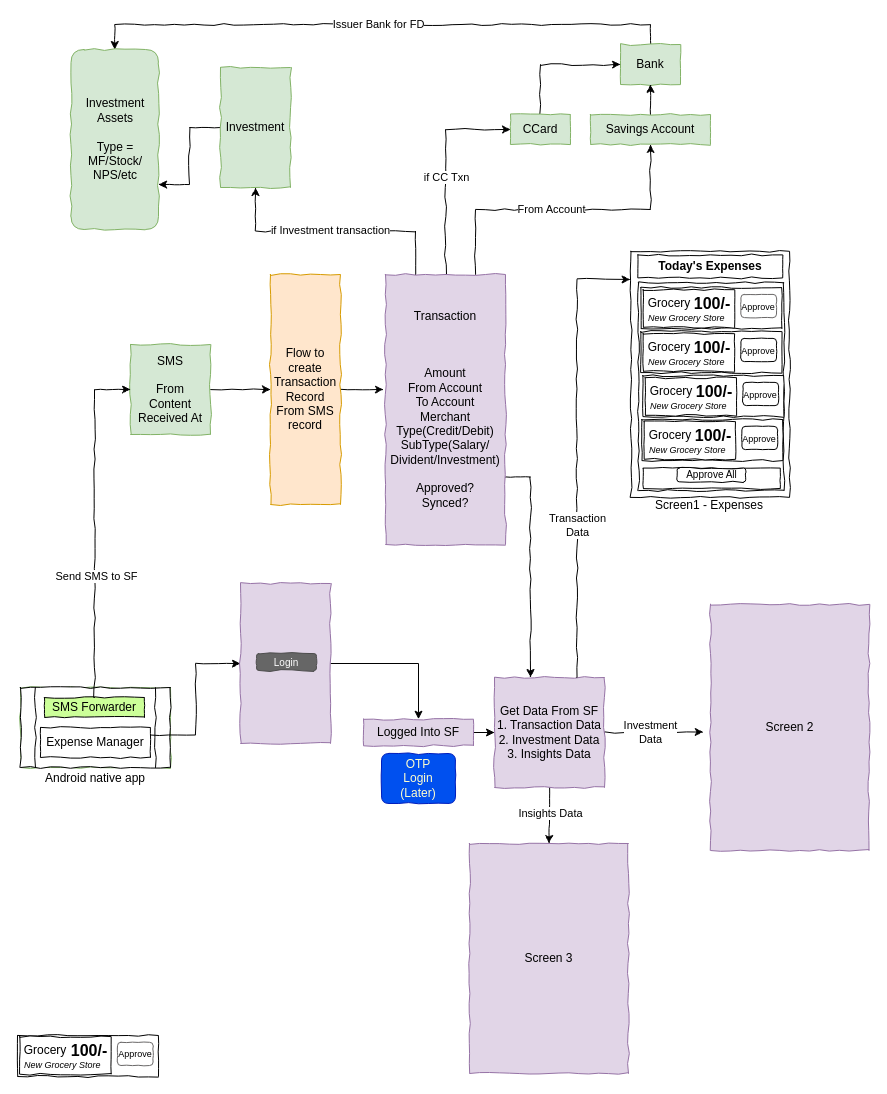
aritram1/salesforce-finplan-managed keeps this draw.io diagram as FinPlan Arch V2.0.drawio. Above is the earlier version. Source tidied: cells renumbered, new cells numbered last; positions are measured from the earlier drawing's top-left corner, leaving out a move shared by most shapes. Both pictures are drawn from the tidied source at 100%, with x=0, y=0 at pixel (17, 44).
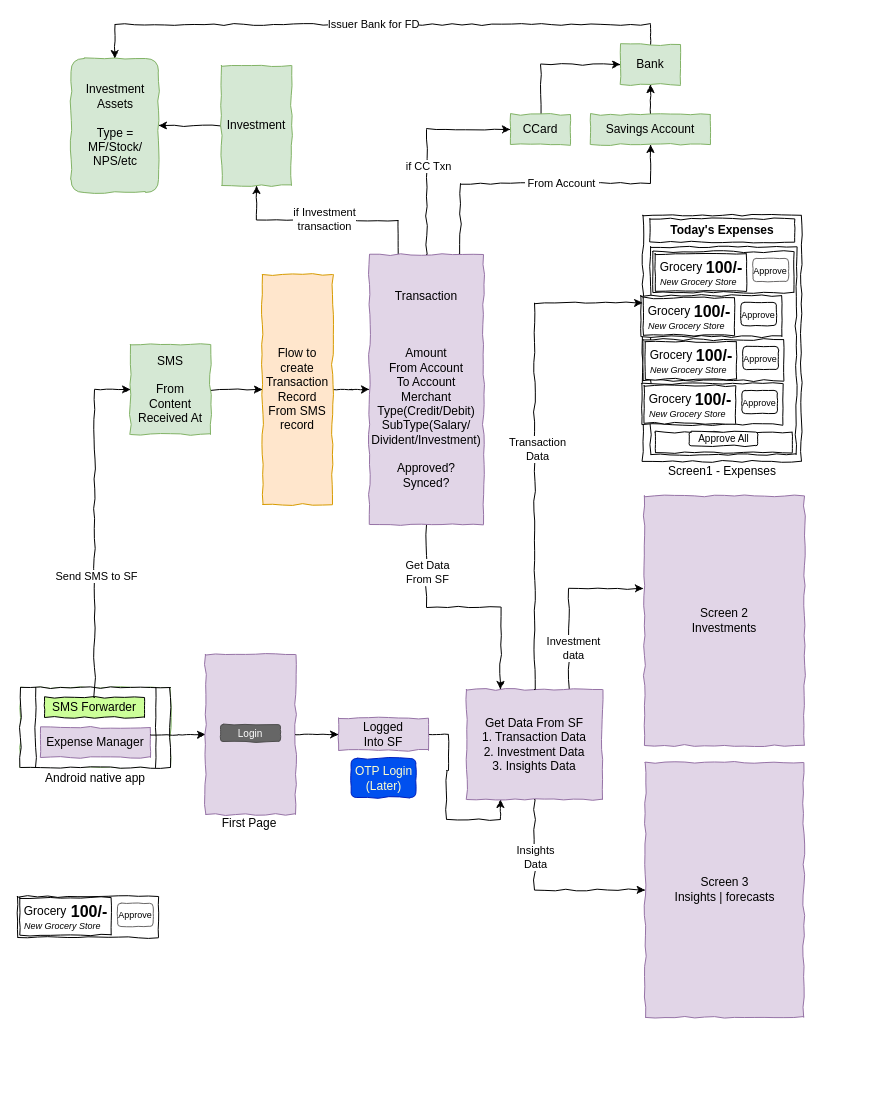
Above is the later version.

Unchanged cells that the change refers to:
```xml
<mxCell id="4" style="edgeStyle=orthogonalEdgeStyle;rounded=0;jettySize=auto;html=1;exitX=0.5;exitY=0;exitDx=0;exitDy=0;entryX=0;entryY=0.5;entryDx=0;entryDy=0;comic=1;" parent="1" edge="1" source="9" target="22">
  <mxGeometry relative="1" as="geometry" />
</mxCell>
<mxCell id="6" style="edgeStyle=orthogonalEdgeStyle;rounded=0;jettySize=auto;html=1;exitX=0.25;exitY=0;exitDx=0;exitDy=0;comic=1;" parent="1" edge="1" source="9" target="20">
  <mxGeometry relative="1" as="geometry" />
</mxCell>
<mxCell id="18" value="Savings Account" style="rounded=0;whiteSpace=wrap;html=1;comic=1;fillColor=#d5e8d4;strokeColor=#82b366;" parent="1" vertex="1">
  <mxGeometry x="573" y="70" width="120" height="30" as="geometry" />
</mxCell>
<mxCell id="23" style="group;comic=1;fillColor=#d5e8d4;strokeColor=#82b366;" parent="1" vertex="1">
  <mxGeometry x="3" y="643" width="150" height="80" as="geometry" />
</mxCell>
<mxCell id="41" style="rounded=0;whiteSpace=wrap;html=1;comic=1;" parent="40" vertex="1">
  <mxGeometry x="1.5" y="6.8" width="158.5" height="246.1" as="geometry" />
</mxCell>
```

What changed in the source:
```diff
@@
-    <mxCell id="2" style="edgeStyle=orthogonalEdgeStyle;rounded=0;jettySize=auto;html=1;exitX=0.75;exitY=0;exitDx=0;exitDy=0;entryX=0.5;entryY=1;entryDx=0;entryDy=0;comic=1;" parent="1" edge="1" source="9" target="18">
-      <mxGeometry relative="1" as="geometry" />
+    <mxCell id="2" style="edgeStyle=orthogonalEdgeStyle;rounded=0;jettySize=auto;html=1;entryX=0.5;entryY=1;entryDx=0;entryDy=0;comic=1;exitX=0.75;exitY=0;exitDx=0;exitDy=0;" parent="1" edge="1" source="9" target="18">
+      <mxGeometry relative="1" as="geometry">
+        <Array as="points">
+          <mxPoint x="443" y="210" />
+          <mxPoint x="443" y="139" />
+          <mxPoint x="633" y="139" />
+        </Array>
+      </mxGeometry>
     </mxCell>
-    <mxCell id="3" value="From Account" style="edgeLabel;html=1;align=center;verticalAlign=middle;comic=1;" parent="2" vertex="1">
+    <mxCell id="3" value="&amp;nbsp;From Account&amp;nbsp;" style="edgeLabel;html=1;align=center;verticalAlign=middle;comic=1;" parent="2" vertex="1">
       <mxGeometry x="-0.08" y="-2" relative="1" as="geometry">
-        <mxPoint y="-3" as="offset" />
+        <mxPoint x="36" y="-3" as="offset" />
       </mxGeometry>
     </mxCell>
@@
     <mxCell id="5" value="if CC Txn" style="edgeLabel;html=1;align=center;verticalAlign=middle;comic=1;" parent="4" vertex="1">
       <mxGeometry x="-0.06" relative="1" as="geometry">
-        <mxPoint y="1" as="offset" />
+        <mxPoint x="1" y="9" as="offset" />
       </mxGeometry>
     </mxCell>
@@
-    <mxCell id="7" value="if Investment transaction" style="edgeLabel;html=1;align=center;verticalAlign=middle;comic=1;" parent="6" vertex="1">
+    <mxCell id="7" value="if Investment &lt;br&gt;transaction" style="edgeLabel;html=1;align=center;verticalAlign=middle;comic=1;" parent="6" vertex="1">
       <mxGeometry x="0.09" y="2" relative="1" as="geometry">
         <mxPoint x="6" y="-3" as="offset" />
       </mxGeometry>
     </mxCell>
-    <mxCell id="8" style="edgeStyle=orthogonalEdgeStyle;rounded=0;jettySize=auto;html=1;exitX=1;exitY=0.75;exitDx=0;exitDy=0;comic=1;" parent="1" edge="1" source="9" target="34">
-      <mxGeometry relative="1" as="geometry">
-        <Array as="points">
-          <mxPoint x="513" y="433" />
-        </Array>
-      </mxGeometry>
+    <mxCell id="8" style="edgeStyle=orthogonalEdgeStyle;rounded=0;jettySize=auto;html=1;exitX=0.5;exitY=1;exitDx=0;exitDy=0;entryX=0.25;entryY=0;entryDx=0;entryDy=0;comic=1;" parent="1" edge="1" source="9" target="34">
+      <mxGeometry relative="1" as="geometry" />
     </mxCell>
+    <mxCell id="93" value="Get Data &lt;br&gt;From SF" style="edgeLabel;html=1;align=center;verticalAlign=middle;comic=1;" parent="8" vertex="1">
+      <mxGeometry x="-0.36" relative="1" as="geometry">
+        <mxPoint y="-29" as="offset" />
+      </mxGeometry>
+    </mxCell>
     <mxCell id="9" value="Transaction&lt;br&gt;&lt;br&gt;&lt;br&gt;&lt;br&gt;Amount&lt;br&gt;From Account&lt;br style=&quot;border-color: var(--border-color);&quot;&gt;To Account&lt;br&gt;Merchant&lt;br style=&quot;border-color: var(--border-color);&quot;&gt;Type(Credit/Debit)&lt;br&gt;SubType(Salary/&lt;br style=&quot;border-color: var(--border-color);&quot;&gt;Divident/Investment)&lt;br&gt;&lt;br&gt;Approved?&lt;br&gt;Synced?" style="rounded=0;whiteSpace=wrap;html=1;comic=1;fillColor=#e1d5e7;strokeColor=#9673a6;" parent="1" vertex="1">
-      <mxGeometry x="368" y="230" width="120" height="270" as="geometry" />
+      <mxGeometry x="352" y="210" width="114" height="270" as="geometry" />
     </mxCell>
-    <mxCell id="10" style="edgeStyle=orthogonalEdgeStyle;rounded=0;jettySize=auto;html=1;exitX=1;exitY=0.5;exitDx=0;exitDy=0;entryX=-0.017;entryY=0.426;entryDx=0;entryDy=0;entryPerimeter=0;comic=1;" parent="1" edge="1" source="11" target="9">
+    <mxCell id="10" style="edgeStyle=orthogonalEdgeStyle;rounded=0;jettySize=auto;html=1;exitX=1;exitY=0.5;exitDx=0;exitDy=0;comic=1;" parent="1" edge="1" source="11" target="9">
       <mxGeometry relative="1" as="geometry" />
     </mxCell>
     <mxCell id="11" value="Flow to create Transaction Record From SMS record" style="rounded=0;whiteSpace=wrap;html=1;comic=1;fillColor=#ffe6cc;strokeColor=#d79b00;" parent="1" vertex="1">
-      <mxGeometry x="253" y="230" width="70" height="230" as="geometry" />
+      <mxGeometry x="245" y="230" width="70" height="230" as="geometry" />
     </mxCell>
@@
-    <mxCell id="19" style="edgeStyle=orthogonalEdgeStyle;rounded=0;jettySize=auto;html=1;exitX=0;exitY=0.5;exitDx=0;exitDy=0;entryX=1;entryY=0.75;entryDx=0;entryDy=0;comic=1;" parent="1" edge="1" source="20" target="37">
+    <mxCell id="19" style="edgeStyle=orthogonalEdgeStyle;rounded=0;jettySize=auto;html=1;exitX=0;exitY=0.5;exitDx=0;exitDy=0;entryX=1;entryY=0.5;entryDx=0;entryDy=0;comic=1;" parent="1" edge="1" source="20" target="37">
       <mxGeometry relative="1" as="geometry" />
     </mxCell>
     <mxCell id="20" value="Investment" style="rounded=0;whiteSpace=wrap;html=1;comic=1;fillColor=#d5e8d4;strokeColor=#82b366;" parent="1" vertex="1">
-      <mxGeometry x="203" y="23" width="70" height="120" as="geometry" />
+      <mxGeometry x="204" y="21" width="70" height="120" as="geometry" />
     </mxCell>
@@
-    <mxCell id="25" value="Expense Manager" style="rounded=0;whiteSpace=wrap;html=1;comic=1;" parent="23" vertex="1">
+    <mxCell id="25" value="Expense Manager" style="rounded=0;whiteSpace=wrap;html=1;comic=1;fillColor=#e1d5e7;strokeColor=#9673a6;" parent="23" vertex="1">
       <mxGeometry x="20" y="40" width="110" height="30" as="geometry" />
     </mxCell>
@@
-    <mxCell id="27" value="OTP&lt;br&gt;Login&lt;br&gt;(Later)" style="rounded=1;whiteSpace=wrap;html=1;fillColor=#0050ef;strokeColor=#001DBC;fontColor=#FFFFCC;comic=1;" parent="1" vertex="1">
-      <mxGeometry x="364" y="709" width="74" height="50" as="geometry" />
+    <mxCell id="27" value="OTP Login (Later)" style="rounded=1;whiteSpace=wrap;html=1;fillColor=#0050ef;strokeColor=#001DBC;fontColor=#FFFFCC;comic=1;" parent="1" vertex="1">
+      <mxGeometry x="333.5" y="714" width="65" height="39" as="geometry" />
     </mxCell>
-    <mxCell id="28" style="edgeStyle=orthogonalEdgeStyle;rounded=0;jettySize=auto;html=1;" parent="1" edge="1" source="29" target="34">
+    <mxCell id="28" style="edgeStyle=orthogonalEdgeStyle;rounded=0;jettySize=auto;html=1;exitX=1;exitY=0.5;exitDx=0;exitDy=0;comic=1;entryX=0.25;entryY=1;entryDx=0;entryDy=0;" parent="1" edge="1" source="29" target="34">
       <mxGeometry relative="1" as="geometry" />
     </mxCell>
-    <mxCell id="29" value="Logged Into SF" style="rounded=0;whiteSpace=wrap;html=1;comic=1;fillColor=#e1d5e7;strokeColor=#9673a6;" parent="1" vertex="1">
-      <mxGeometry x="346" y="674.7" width="110" height="26.6" as="geometry" />
+    <mxCell id="29" value="Logged &lt;br&gt;Into SF" style="rounded=0;whiteSpace=wrap;html=1;comic=1;fillColor=#e1d5e7;strokeColor=#9673a6;" parent="1" vertex="1">
+      <mxGeometry x="321" y="673.7" width="90" height="32.3" as="geometry" />
     </mxCell>
-    <mxCell id="30" style="edgeStyle=orthogonalEdgeStyle;rounded=0;jettySize=auto;html=1;exitX=0.5;exitY=1;exitDx=0;exitDy=0;entryX=0.5;entryY=0;entryDx=0;entryDy=0;comic=1;" parent="1" edge="1" source="34" target="38">
+    <mxCell id="30" style="edgeStyle=orthogonalEdgeStyle;rounded=0;jettySize=auto;html=1;exitX=0.5;exitY=1;exitDx=0;exitDy=0;entryX=0;entryY=0.5;entryDx=0;entryDy=0;comic=1;" parent="1" edge="1" source="34" target="81">
       <mxGeometry relative="1" as="geometry" />
     </mxCell>
-    <mxCell id="31" value="Insights Data" style="edgeLabel;html=1;align=center;verticalAlign=middle;comic=1;" parent="30" vertex="1">
+    <mxCell id="31" value="Insights &lt;br&gt;Data" style="edgeLabel;html=1;align=center;verticalAlign=middle;comic=1;" parent="30" vertex="1">
       <mxGeometry x="-0.24" y="1" relative="1" as="geometry">
-        <mxPoint x="-1" y="4" as="offset" />
+        <mxPoint x="-1" y="-19" as="offset" />
       </mxGeometry>
     </mxCell>
-    <mxCell id="32" style="edgeStyle=orthogonalEdgeStyle;rounded=0;jettySize=auto;html=1;exitX=1;exitY=0.5;exitDx=0;exitDy=0;entryX=-0.026;entryY=0.435;entryDx=0;entryDy=0;entryPerimeter=0;comic=1;" parent="1" edge="1" source="34">
-      <mxGeometry relative="1" as="geometry">
-        <mxPoint x="685.8" y="687.5" as="targetPoint" />
-      </mxGeometry>
-    </mxCell>
-    <mxCell id="33" value="Investment&lt;br&gt;Data" style="edgeLabel;html=1;align=center;verticalAlign=middle;comic=1;" parent="32" vertex="1">
-      <mxGeometry x="-0.47" y="2" relative="1" as="geometry">
-        <mxPoint x="20" y="2" as="offset" />
-      </mxGeometry>
-    </mxCell>
+    <mxCell id="94" style="edgeStyle=orthogonalEdgeStyle;rounded=0;jettySize=auto;html=1;exitX=0.75;exitY=0;exitDx=0;exitDy=0;comic=1;entryX=-0.006;entryY=0.371;entryDx=0;entryDy=0;entryPerimeter=0;" parent="1" edge="1" source="34" target="38">
+      <mxGeometry relative="1" as="geometry" />
+    </mxCell>
+    <mxCell id="95" value="Investment&lt;br style=&quot;border-color: var(--border-color);&quot;&gt;data" style="edgeLabel;html=1;align=center;verticalAlign=middle;comic=1;" parent="94" vertex="1">
+      <mxGeometry x="-0.33" y="1" relative="1" as="geometry">
+        <mxPoint x="5" y="17" as="offset" />
+      </mxGeometry>
+    </mxCell>
     <mxCell id="34" value="Get Data From SF&lt;br&gt;1. Transaction Data&lt;br&gt;2. Investment Data&lt;br&gt;3. Insights Data" style="rounded=0;align=center;html=1;whiteSpace=wrap;comic=1;fillColor=#e1d5e7;strokeColor=#9673a6;" parent="1" vertex="1">
-      <mxGeometry x="477" y="633" width="110" height="110" as="geometry" />
+      <mxGeometry x="449" y="645" width="136" height="110" as="geometry" />
     </mxCell>
-    <mxCell id="35" style="edgeStyle=orthogonalEdgeStyle;rounded=0;jettySize=auto;html=1;exitX=0.75;exitY=0;exitDx=0;exitDy=0;entryX=-0.005;entryY=0.114;entryDx=0;entryDy=0;entryPerimeter=0;comic=1;" parent="1" edge="1" source="34" target="41">
-      <mxGeometry relative="1" as="geometry" />
-    </mxCell>
-    <mxCell id="36" value="Transaction&lt;br&gt;Data" style="edgeLabel;html=1;align=center;verticalAlign=middle;comic=1;" parent="35" vertex="1">
-      <mxGeometry x="-0.32" relative="1" as="geometry" />
-    </mxCell>
     <mxCell id="37" value="Investment Assets&lt;br&gt;&lt;br&gt;Type = MF/Stock/&lt;br&gt;NPS/etc" style="rounded=1;whiteSpace=wrap;html=1;comic=1;fillColor=#d5e8d4;strokeColor=#82b366;" parent="1" vertex="1">
-      <mxGeometry x="53.5" y="5" width="87.5" height="180" as="geometry" />
+      <mxGeometry x="53.5" y="14" width="87.5" height="134" as="geometry" />
     </mxCell>
-    <mxCell id="38" value="Screen 3" style="rounded=0;whiteSpace=wrap;html=1;comic=1;fillColor=#e1d5e7;strokeColor=#9673a6;" parent="1" vertex="1">
-      <mxGeometry x="452" y="799" width="159" height="230" as="geometry" />
+    <mxCell id="38" value="Screen 2&lt;br&gt;Investments" style="rounded=0;whiteSpace=wrap;html=1;comic=1;fillColor=#e1d5e7;strokeColor=#9673a6;" parent="1" vertex="1">
+      <mxGeometry x="626.9" y="451.4" width="160" height="249.6" as="geometry" />
     </mxCell>
     <mxCell id="39" style="group;comic=1;shadow=1;" parent="1" vertex="1">
-      <mxGeometry x="612" y="200" width="160" height="269" as="geometry" />
+      <mxGeometry x="624" y="164" width="160" height="269" as="geometry" />
     </mxCell>
@@
     <mxCell id="55" value="Screen1 - Expenses" style="text;html=1;align=center;verticalAlign=middle;whiteSpace=wrap;rounded=0;comic=1;" parent="39" vertex="1">
-      <mxGeometry x="16" y="253" width="128" height="16" as="geometry" />
+      <mxGeometry x="17" y="255" width="128" height="16" as="geometry" />
     </mxCell>
@@
     <mxCell id="60" style="group;comic=1;" parent="1" vertex="1">
-      <mxGeometry x="623.4" y="287.1" width="141" height="41" as="geometry" />
+      <mxGeometry x="623.4" y="251.1" width="141" height="41" as="geometry" />
     </mxCell>
@@
     <mxCell id="67" style="group;comic=1;" parent="1" vertex="1">
-      <mxGeometry x="625.4" y="331.1" width="141" height="41" as="geometry" />
+      <mxGeometry x="625.4" y="295.1" width="141" height="41" as="geometry" />
     </mxCell>
@@
     <mxCell id="74" style="group;comic=1;" parent="1" vertex="1">
-      <mxGeometry x="624.4" y="375.1" width="141" height="41" as="geometry" />
+      <mxGeometry x="624.4" y="339.1" width="141" height="41" as="geometry" />
     </mxCell>
@@
-    <mxCell id="81" value="Screen 2" style="rounded=0;whiteSpace=wrap;html=1;comic=1;fillColor=#e1d5e7;strokeColor=#9673a6;" parent="1" vertex="1">
-      <mxGeometry x="693" y="559.9" width="158.5" height="246.1" as="geometry" />
+    <mxCell id="81" value="Screen 3&lt;br&gt;Insights | forecasts" style="rounded=0;whiteSpace=wrap;html=1;comic=1;fillColor=#e1d5e7;strokeColor=#9673a6;" parent="1" vertex="1">
+      <mxGeometry x="627.7" y="718" width="158.5" height="254.9" as="geometry" />
     </mxCell>
-    <mxCell id="82" style="edgeStyle=orthogonalEdgeStyle;rounded=0;jettySize=auto;html=1;exitX=1;exitY=0.5;exitDx=0;exitDy=0;entryX=0.5;entryY=0;entryDx=0;entryDy=0;" parent="1" edge="1" source="84" target="29">
-      <mxGeometry relative="1" as="geometry" />
-    </mxCell>
-    <mxCell id="83" style="group;" parent="1" vertex="1">
-      <mxGeometry x="223" y="539" width="90" height="160" as="geometry" />
+    <mxCell id="83" style="group;comic=1;" parent="1" vertex="1">
+      <mxGeometry x="204" y="610" width="90" height="160" as="geometry" />
     </mxCell>
     <mxCell id="84" style="rounded=0;whiteSpace=wrap;html=1;comic=1;fillColor=#e1d5e7;strokeColor=#9673a6;" parent="83" vertex="1">
-      <mxGeometry width="90" height="160" as="geometry" />
+      <mxGeometry x="-16" width="90" height="160" as="geometry" />
     </mxCell>
     <mxCell id="85" value="Login" style="rounded=1;html=1;shadow=0;dashed=0;whiteSpace=wrap;fontSize=10;fillColor=#666666;align=center;strokeColor=#4D4D4D;fontColor=#ffffff;comic=1;" parent="83" vertex="1">
-      <mxGeometry x="16" y="70.1" width="60" height="16.9" as="geometry" />
+      <mxGeometry x="-1" y="70.1" width="60" height="16.9" as="geometry" />
     </mxCell>
     <mxCell id="86" style="group;comic=1;" parent="1" vertex="1">
-      <mxGeometry y="990" width="141" height="41" as="geometry" />
+      <mxGeometry y="851" width="141" height="41" as="geometry" />
     </mxCell>
@@
+    <mxCell id="96" value="First Page" style="text;html=1;strokeColor=none;fillColor=none;align=center;verticalAlign=middle;whiteSpace=wrap;rounded=0;comic=1;" parent="1" vertex="1">
+      <mxGeometry x="172" y="769" width="120" height="19" as="geometry" />
+    </mxCell>
+    <mxCell id="82" style="edgeStyle=orthogonalEdgeStyle;rounded=0;jettySize=auto;html=1;exitX=1;exitY=0.5;exitDx=0;exitDy=0;comic=1;" parent="1" edge="1" source="84" target="29">
+      <mxGeometry relative="1" as="geometry" />
+    </mxCell>
+    <mxCell id="35" style="edgeStyle=orthogonalEdgeStyle;rounded=0;jettySize=auto;html=1;exitX=0.5;exitY=0;exitDx=0;exitDy=0;entryX=-0.003;entryY=0.356;entryDx=0;entryDy=0;entryPerimeter=0;comic=1;" parent="1" edge="1" source="34" target="41">
+      <mxGeometry relative="1" as="geometry" />
+    </mxCell>
+    <mxCell id="36" value="Transaction&lt;br style=&quot;border-color: var(--border-color);&quot;&gt;Data" style="edgeLabel;html=1;align=center;verticalAlign=middle;" parent="35" vertex="1">
+      <mxGeometry x="-0.02" y="1" relative="1" as="geometry">
+        <mxPoint x="3" y="1" as="offset" />
+      </mxGeometry>
+    </mxCell>
```
